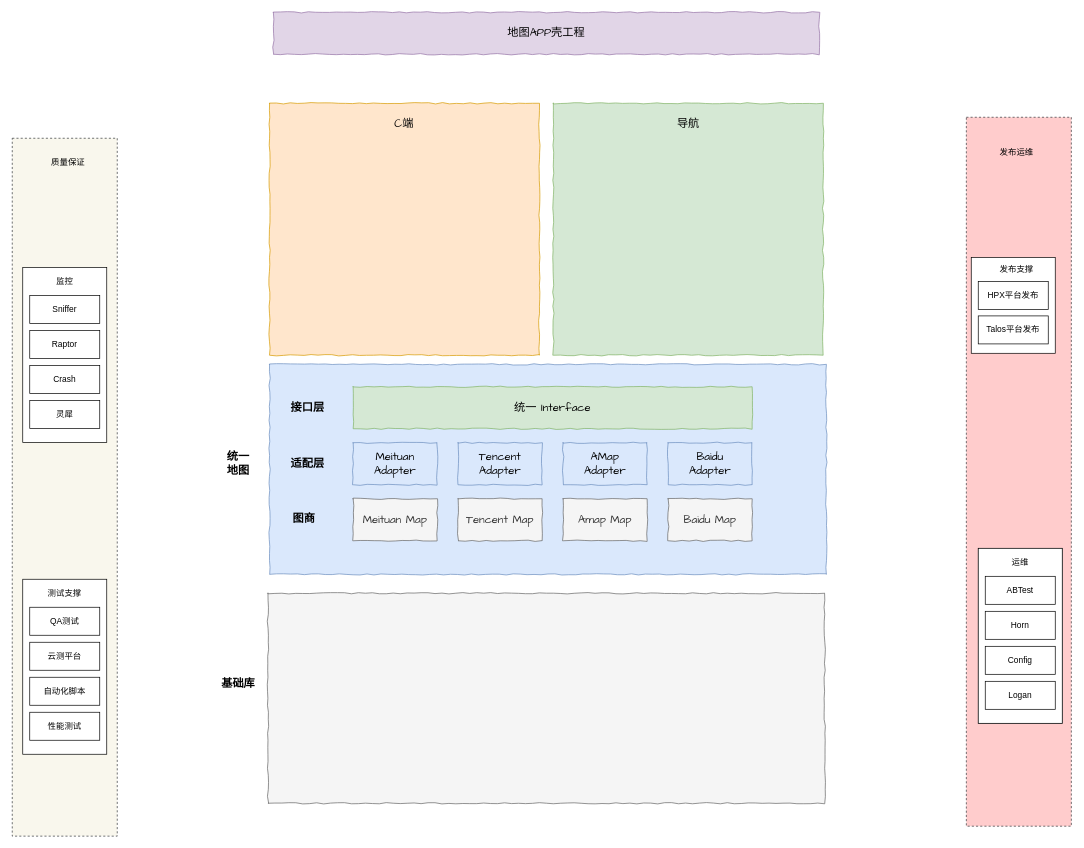
TryLoveCatch/charts keeps this draw.io diagram as 地图app全景图.drawio. Above is the earlier version. Source tidied: cells renumbered, new cells numbered last; positions are measured from the earlier drawing's top-left corner, leaving out a move shared by most shapes. Both pictures are drawn from the tidied source at 70%, with x=0, y=0 at pixel (12, 12).
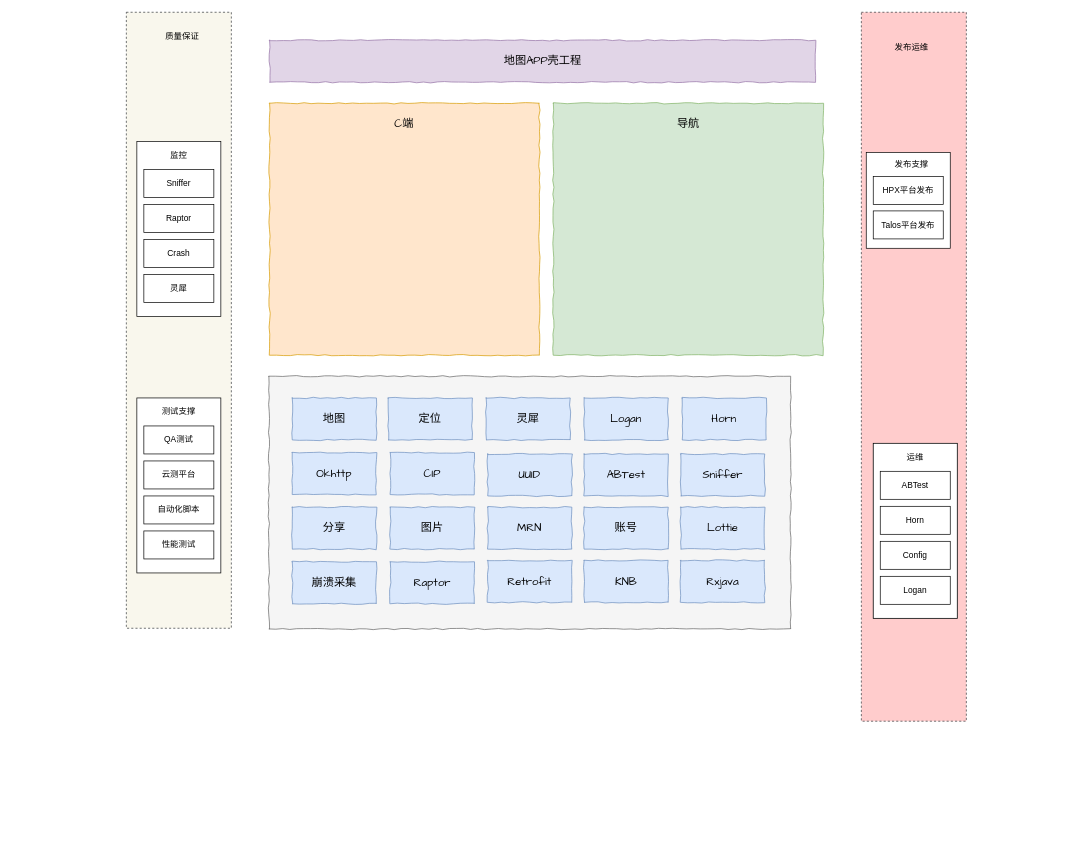
After the change.

Commit message:
更新地图app全景图.drawio

Diff of the diagram source:
```diff
@@
-    <mxCell id="4" style="rounded=0;whiteSpace=wrap;html=1;comic=1;fontFamily=Comic Sans MS;fontSize=16;fillColor=#dae8fc;strokeColor=#6c8ebf;" parent="1" vertex="1">
-      <mxGeometry x="367.6" y="503" width="795.4" height="300" as="geometry" />
-    </mxCell>
-    <mxCell id="5" value="Meituan Map" style="rounded=0;whiteSpace=wrap;html=1;comic=1;fillColor=#f5f5f5;strokeColor=#666666;fontColor=#333333;fontSize=16;fontFamily=Comic Sans MS;" parent="1" vertex="1">
-      <mxGeometry x="487" y="695" width="120" height="60" as="geometry" />
-    </mxCell>
-    <mxCell id="6" value="Tencent Map" style="rounded=0;whiteSpace=wrap;html=1;comic=1;fillColor=#f5f5f5;strokeColor=#666666;fontColor=#333333;fontSize=16;fontFamily=Comic Sans MS;" parent="1" vertex="1">
-      <mxGeometry x="637" y="695" width="120" height="60" as="geometry" />
-    </mxCell>
-    <mxCell id="7" value="Amap Map" style="rounded=0;whiteSpace=wrap;html=1;comic=1;fillColor=#f5f5f5;strokeColor=#666666;fontColor=#333333;fontSize=16;fontFamily=Comic Sans MS;" parent="1" vertex="1">
-      <mxGeometry x="787" y="695" width="120" height="60" as="geometry" />
-    </mxCell>
-    <mxCell id="8" value="Baidu Map" style="rounded=0;whiteSpace=wrap;html=1;comic=1;fillColor=#f5f5f5;strokeColor=#666666;fontColor=#333333;fontSize=16;fontFamily=Comic Sans MS;" parent="1" vertex="1">
-      <mxGeometry x="937" y="695" width="120" height="60" as="geometry" />
-    </mxCell>
-    <mxCell id="9" value="Meituan Adapter" style="rounded=0;whiteSpace=wrap;html=1;comic=1;fillColor=#dae8fc;strokeColor=#6c8ebf;fontSize=16;fontFamily=Comic Sans MS;" parent="1" vertex="1">
-      <mxGeometry x="487" y="615" width="120" height="60" as="geometry" />
-    </mxCell>
-    <mxCell id="10" value="图商" style="text;html=1;strokeColor=none;fillColor=none;align=center;verticalAlign=middle;whiteSpace=wrap;rounded=0;comic=1;fontFamily=Comic Sans MS;fontSize=16;fontStyle=1;" parent="1" vertex="1">
-      <mxGeometry x="397" y="715" width="40" height="18" as="geometry" />
-    </mxCell>
-    <mxCell id="11" value="Tencent&lt;br&gt;Adapter" style="rounded=0;whiteSpace=wrap;html=1;comic=1;fillColor=#dae8fc;strokeColor=#6c8ebf;fontSize=16;fontFamily=Comic Sans MS;" parent="1" vertex="1">
-      <mxGeometry x="637" y="615" width="120" height="60" as="geometry" />
-    </mxCell>
-    <mxCell id="12" value="AMap&lt;br&gt;Adapter" style="rounded=0;whiteSpace=wrap;html=1;comic=1;fillColor=#dae8fc;strokeColor=#6c8ebf;fontSize=16;fontFamily=Comic Sans MS;" parent="1" vertex="1">
-      <mxGeometry x="787" y="615" width="120" height="60" as="geometry" />
-    </mxCell>
-    <mxCell id="13" value="Baidu&lt;br&gt;Adapter" style="rounded=0;whiteSpace=wrap;html=1;comic=1;fillColor=#dae8fc;strokeColor=#6c8ebf;fontSize=16;fontFamily=Comic Sans MS;" parent="1" vertex="1">
-      <mxGeometry x="937" y="615" width="120" height="60" as="geometry" />
-    </mxCell>
-    <mxCell id="14" value="适配层" style="text;html=1;strokeColor=none;fillColor=none;align=center;verticalAlign=middle;whiteSpace=wrap;rounded=0;comic=1;fontFamily=Comic Sans MS;fontSize=16;fontStyle=1;" parent="1" vertex="1">
-      <mxGeometry x="397" y="635" width="50" height="20" as="geometry" />
-    </mxCell>
-    <mxCell id="15" value="接口层" style="text;html=1;strokeColor=none;fillColor=none;align=center;verticalAlign=middle;whiteSpace=wrap;rounded=0;comic=1;fontFamily=Comic Sans MS;fontSize=16;fontStyle=1;" parent="1" vertex="1">
-      <mxGeometry x="397" y="555" width="50" height="20" as="geometry" />
-    </mxCell>
-    <mxCell id="16" value="统一&lt;br&gt;地图" style="text;html=1;strokeColor=none;fillColor=none;align=center;verticalAlign=middle;whiteSpace=wrap;rounded=0;comic=1;fontFamily=Comic Sans MS;fontSize=16;fontStyle=1;" parent="1" vertex="1">
-      <mxGeometry x="294" y="635" width="58" height="20" as="geometry" />
-    </mxCell>
-    <mxCell id="17" value="统一 Interface" style="rounded=0;whiteSpace=wrap;html=1;comic=1;fillColor=#d5e8d4;strokeColor=#82b366;fontSize=16;fontFamily=Comic Sans MS;" parent="1" vertex="1">
-      <mxGeometry x="487" y="535" width="570" height="60" as="geometry" />
-    </mxCell>
     <mxCell id="18" style="rounded=0;whiteSpace=wrap;html=1;dashed=1;fillColor=#f9f7ed;strokeColor=#36393d;" parent="1" vertex="1">
-      <mxGeometry y="180" width="150" height="997" as="geometry" />
+      <mxGeometry x="163" width="150" height="880" as="geometry" />
     </mxCell>
     <mxCell id="19" style="group;" parent="1" vertex="1">
-      <mxGeometry x="15" y="810" width="120" height="250" as="geometry" />
+      <mxGeometry x="178" y="551" width="120" height="250" as="geometry" />
     </mxCell>
@@
     <mxCell id="26" style="group;" parent="1" vertex="1">
-      <mxGeometry x="15" y="364.5" width="120" height="250" as="geometry" />
+      <mxGeometry x="178" y="184.5" width="120" height="250" as="geometry" />
     </mxCell>
@@
     <mxCell id="33" value="质量保证" style="text;html=1;strokeColor=none;fillColor=none;align=center;verticalAlign=middle;whiteSpace=wrap;rounded=0;dashed=1;" parent="1" vertex="1">
-      <mxGeometry x="45" y="204.2" width="70" height="20" as="geometry" />
+      <mxGeometry x="208" y="24.2" width="70" height="20" as="geometry" />
     </mxCell>
     <mxCell id="34" style="rounded=0;whiteSpace=wrap;html=1;dashed=1;fillColor=#ffcccc;strokeColor=#36393d;" parent="1" vertex="1">
-      <mxGeometry x="1363" y="150" width="150" height="1012.8" as="geometry" />
+      <mxGeometry x="1213" width="150" height="1012.8" as="geometry" />
     </mxCell>
     <mxCell id="35" style="group;fillColor=#f5f5f5;strokeColor=#666666;fontColor=#333333;" parent="1" vertex="1">
-      <mxGeometry x="1380" y="765.8" width="120" height="250" as="geometry" />
+      <mxGeometry x="1230" y="615.8" width="120" height="250" as="geometry" />
     </mxCell>
@@
     <mxCell id="42" style="rounded=0;whiteSpace=wrap;html=1;" parent="1" vertex="1">
-      <mxGeometry x="1370" y="350.2" width="120" height="137" as="geometry" />
+      <mxGeometry x="1220" y="200.2" width="120" height="137" as="geometry" />
     </mxCell>
     <mxCell id="43" value="发布支撑" style="text;html=1;strokeColor=none;fillColor=none;align=center;verticalAlign=middle;whiteSpace=wrap;rounded=0;" parent="1" vertex="1">
-      <mxGeometry x="1410" y="357.2" width="50" height="20" as="geometry" />
+      <mxGeometry x="1260" y="207.2" width="50" height="20" as="geometry" />
     </mxCell>
     <mxCell id="44" value="HPX平台发布" style="rounded=0;whiteSpace=wrap;html=1;" parent="1" vertex="1">
-      <mxGeometry x="1380" y="384.5" width="100" height="40" as="geometry" />
+      <mxGeometry x="1230" y="234.5" width="100" height="40" as="geometry" />
     </mxCell>
     <mxCell id="45" value="Talos平台发布" style="rounded=0;whiteSpace=wrap;html=1;" parent="1" vertex="1">
-      <mxGeometry x="1380" y="433.8" width="100" height="40" as="geometry" />
+      <mxGeometry x="1230" y="283.8" width="100" height="40" as="geometry" />
     </mxCell>
     <mxCell id="46" value="发布运维" style="text;html=1;strokeColor=none;fillColor=none;align=center;verticalAlign=middle;whiteSpace=wrap;rounded=0;dashed=1;" parent="1" vertex="1">
-      <mxGeometry x="1400" y="190" width="70" height="20" as="geometry" />
+      <mxGeometry x="1250" y="40" width="70" height="20" as="geometry" />
     </mxCell>
     <mxCell id="47" value="地图APP壳工程" style="rounded=0;whiteSpace=wrap;html=1;comic=1;fontFamily=Comic Sans MS;fontSize=16;fillColor=#e1d5e7;strokeColor=#9673a6;" parent="1" vertex="1">
-      <mxGeometry x="373" width="780" height="60" as="geometry" />
+      <mxGeometry x="367.6" y="40" width="780" height="60" as="geometry" />
     </mxCell>
@@
-    <mxCell id="50" style="rounded=0;whiteSpace=wrap;html=1;comic=1;fontFamily=Comic Sans MS;fontSize=16;fillColor=#f5f5f5;strokeColor=#666666;fontColor=#333333;" parent="1" vertex="1">
-      <mxGeometry x="365.3" y="830" width="795.4" height="300" as="geometry" />
-    </mxCell>
-    <mxCell id="51" value="基础库" style="text;html=1;strokeColor=none;fillColor=none;align=center;verticalAlign=middle;whiteSpace=wrap;rounded=0;comic=1;fontFamily=Comic Sans MS;fontSize=16;fontStyle=1;" parent="1" vertex="1">
-      <mxGeometry x="294" y="950" width="58" height="20" as="geometry" />
-    </mxCell>
+    <mxCell id="52" style="rounded=0;whiteSpace=wrap;html=1;comic=1;fontFamily=Comic Sans MS;fontSize=16;fillColor=#f5f5f5;strokeColor=#666666;fontColor=#333333;" parent="1" vertex="1">
+      <mxGeometry x="366.6" y="520" width="745.4" height="361" as="geometry" />
+    </mxCell>
+    <mxCell id="53" value="地图" style="rounded=0;whiteSpace=wrap;html=1;comic=1;fillColor=#dae8fc;strokeColor=#6c8ebf;fontSize=16;fontFamily=Comic Sans MS;" parent="1" vertex="1">
+      <mxGeometry x="400" y="551" width="120" height="60" as="geometry" />
+    </mxCell>
+    <mxCell id="54" value="定位" style="rounded=0;whiteSpace=wrap;html=1;comic=1;fillColor=#dae8fc;strokeColor=#6c8ebf;fontSize=16;fontFamily=Comic Sans MS;" parent="1" vertex="1">
+      <mxGeometry x="537" y="551" width="120" height="60" as="geometry" />
+    </mxCell>
+    <mxCell id="55" value="灵犀" style="rounded=0;whiteSpace=wrap;html=1;comic=1;fillColor=#dae8fc;strokeColor=#6c8ebf;fontSize=16;fontFamily=Comic Sans MS;" parent="1" vertex="1">
+      <mxGeometry x="677" y="551" width="120" height="60" as="geometry" />
+    </mxCell>
+    <mxCell id="56" value="Logan" style="rounded=0;whiteSpace=wrap;html=1;comic=1;fillColor=#dae8fc;strokeColor=#6c8ebf;fontSize=16;fontFamily=Comic Sans MS;" parent="1" vertex="1">
+      <mxGeometry x="817" y="551" width="120" height="60" as="geometry" />
+    </mxCell>
+    <mxCell id="57" value="Horn" style="rounded=0;whiteSpace=wrap;html=1;comic=1;fillColor=#dae8fc;strokeColor=#6c8ebf;fontSize=16;fontFamily=Comic Sans MS;" parent="1" vertex="1">
+      <mxGeometry x="957" y="551" width="120" height="60" as="geometry" />
+    </mxCell>
+    <mxCell id="58" value="Okhttp" style="rounded=0;whiteSpace=wrap;html=1;comic=1;fillColor=#dae8fc;strokeColor=#6c8ebf;fontSize=16;fontFamily=Comic Sans MS;" parent="1" vertex="1">
+      <mxGeometry x="400" y="629" width="120" height="60" as="geometry" />
+    </mxCell>
+    <mxCell id="59" value="CIP" style="rounded=0;whiteSpace=wrap;html=1;comic=1;fillColor=#dae8fc;strokeColor=#6c8ebf;fontSize=16;fontFamily=Comic Sans MS;" parent="1" vertex="1">
+      <mxGeometry x="540" y="629" width="120" height="60" as="geometry" />
+    </mxCell>
+    <mxCell id="60" value="UUID" style="rounded=0;whiteSpace=wrap;html=1;comic=1;fillColor=#dae8fc;strokeColor=#6c8ebf;fontSize=16;fontFamily=Comic Sans MS;" parent="1" vertex="1">
+      <mxGeometry x="679.3" y="631" width="120" height="60" as="geometry" />
+    </mxCell>
+    <mxCell id="61" value="ABTest" style="rounded=0;whiteSpace=wrap;html=1;comic=1;fillColor=#dae8fc;strokeColor=#6c8ebf;fontSize=16;fontFamily=Comic Sans MS;" parent="1" vertex="1">
+      <mxGeometry x="817" y="631" width="120" height="60" as="geometry" />
+    </mxCell>
+    <mxCell id="62" value="Sniffer" style="rounded=0;whiteSpace=wrap;html=1;comic=1;fillColor=#dae8fc;strokeColor=#6c8ebf;fontSize=16;fontFamily=Comic Sans MS;" parent="1" vertex="1">
+      <mxGeometry x="955" y="631" width="120" height="60" as="geometry" />
+    </mxCell>
+    <mxCell id="63" value="分享" style="rounded=0;whiteSpace=wrap;html=1;comic=1;fillColor=#dae8fc;strokeColor=#6c8ebf;fontSize=16;fontFamily=Comic Sans MS;" parent="1" vertex="1">
+      <mxGeometry x="400" y="707" width="120" height="60" as="geometry" />
+    </mxCell>
+    <mxCell id="64" value="图片" style="rounded=0;whiteSpace=wrap;html=1;comic=1;fillColor=#dae8fc;strokeColor=#6c8ebf;fontSize=16;fontFamily=Comic Sans MS;" parent="1" vertex="1">
+      <mxGeometry x="540" y="707" width="120" height="60" as="geometry" />
+    </mxCell>
+    <mxCell id="65" value="MRN" style="rounded=0;whiteSpace=wrap;html=1;comic=1;fillColor=#dae8fc;strokeColor=#6c8ebf;fontSize=16;fontFamily=Comic Sans MS;" parent="1" vertex="1">
+      <mxGeometry x="679.3" y="707" width="120" height="60" as="geometry" />
+    </mxCell>
+    <mxCell id="66" value="账号" style="rounded=0;whiteSpace=wrap;html=1;comic=1;fillColor=#dae8fc;strokeColor=#6c8ebf;fontSize=16;fontFamily=Comic Sans MS;" parent="1" vertex="1">
+      <mxGeometry x="817" y="707" width="120" height="60" as="geometry" />
+    </mxCell>
+    <mxCell id="67" value="Lottie" style="rounded=0;whiteSpace=wrap;html=1;comic=1;fillColor=#dae8fc;strokeColor=#6c8ebf;fontSize=16;fontFamily=Comic Sans MS;" parent="1" vertex="1">
+      <mxGeometry x="955" y="707" width="120" height="60" as="geometry" />
+    </mxCell>
+    <mxCell id="68" value="崩溃采集" style="rounded=0;whiteSpace=wrap;html=1;comic=1;fillColor=#dae8fc;strokeColor=#6c8ebf;fontSize=16;fontFamily=Comic Sans MS;" parent="1" vertex="1">
+      <mxGeometry x="400" y="785" width="120" height="60" as="geometry" />
+    </mxCell>
+    <mxCell id="69" value="Raptor" style="rounded=0;whiteSpace=wrap;html=1;comic=1;fillColor=#dae8fc;strokeColor=#6c8ebf;fontSize=16;fontFamily=Comic Sans MS;" parent="1" vertex="1">
+      <mxGeometry x="540" y="785" width="120" height="60" as="geometry" />
+    </mxCell>
+    <mxCell id="70" value="Retrofit" style="rounded=0;whiteSpace=wrap;html=1;comic=1;fillColor=#dae8fc;strokeColor=#6c8ebf;fontSize=16;fontFamily=Comic Sans MS;" parent="1" vertex="1">
+      <mxGeometry x="679.3" y="783" width="120" height="60" as="geometry" />
+    </mxCell>
+    <mxCell id="71" value="KNB" style="rounded=0;whiteSpace=wrap;html=1;comic=1;fillColor=#dae8fc;strokeColor=#6c8ebf;fontSize=16;fontFamily=Comic Sans MS;" parent="1" vertex="1">
+      <mxGeometry x="817" y="783" width="120" height="60" as="geometry" />
+    </mxCell>
+    <mxCell id="72" value="Rxjava" style="rounded=0;whiteSpace=wrap;html=1;comic=1;fillColor=#dae8fc;strokeColor=#6c8ebf;fontSize=16;fontFamily=Comic Sans MS;" parent="1" vertex="1">
+      <mxGeometry x="955" y="783" width="120" height="60" as="geometry" />
+    </mxCell>
```
